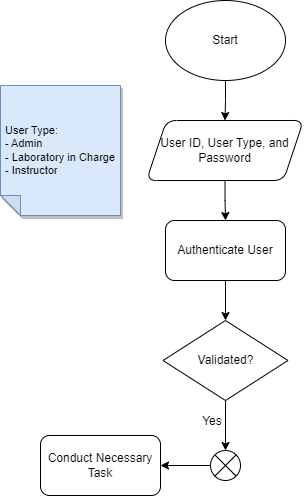
Earlier version of the draw.io export Heirarchy of Project Modules/LabSystem_Flowchart.drawio.png (kaisunoo/Acads). Source tidied: cells renumbered, new cells last; positions are measured from the earlier drawing's top-left corner, leaving out a move shared by most shapes.
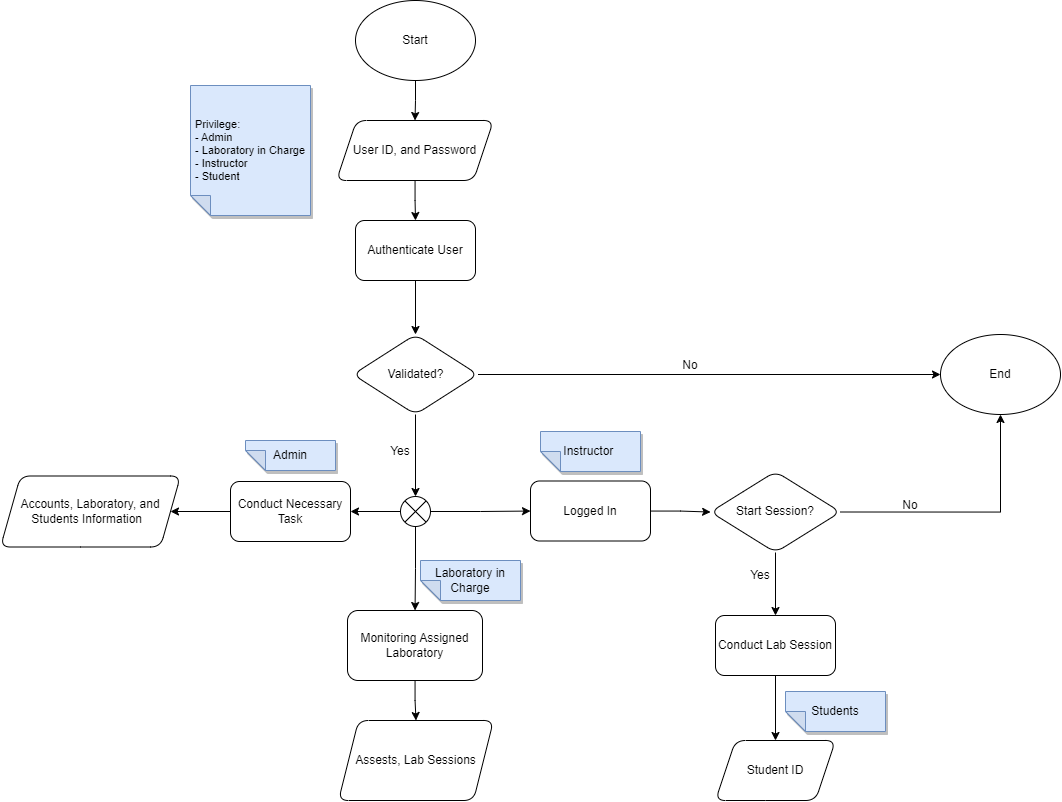
The same file after the commit.

Change to the diagram source:
```diff
@@ -11,7 +11,7 @@
     <mxCell id="4" style="edgeStyle=orthogonalEdgeStyle;rounded=0;jettySize=auto;html=1;" parent="1" edge="1" source="5" target="7">
       <mxGeometry relative="1" as="geometry" />
     </mxCell>
-    <mxCell id="5" value="User ID, User Type, and Password" style="shape=parallelogram;perimeter=parallelogramPerimeter;whiteSpace=wrap;html=1;fixedSize=1;rounded=1;" parent="1" vertex="1">
+    <mxCell id="5" value="User ID, and Password" style="shape=parallelogram;perimeter=parallelogramPerimeter;whiteSpace=wrap;html=1;fixedSize=1;rounded=1;" parent="1" vertex="1">
       <mxGeometry x="146" y="120" width="157" height="60" as="geometry" />
     </mxCell>
     <mxCell id="6" style="edgeStyle=orthogonalEdgeStyle;rounded=0;jettySize=auto;html=1;" parent="1" edge="1" source="7" target="9">
@@ -23,23 +23,95 @@
     <mxCell id="8" style="edgeStyle=orthogonalEdgeStyle;rounded=0;jettySize=auto;html=1;exitX=0.5;exitY=1;exitDx=0;exitDy=0;entryX=0.5;entryY=0;entryDx=0;entryDy=0;" parent="1" edge="1" source="9" target="12">
       <mxGeometry relative="1" as="geometry" />
     </mxCell>
+    <mxCell id="15" style="edgeStyle=orthogonalEdgeStyle;rounded=0;jettySize=auto;html=1;exitX=1;exitY=0.5;exitDx=0;exitDy=0;entryX=0;entryY=0.5;entryDx=0;entryDy=0;" parent="1" edge="1" source="9" target="31">
+      <mxGeometry relative="1" as="geometry" />
+    </mxCell>
-    <mxCell id="9" value="Validated?" style="rhombus;whiteSpace=wrap;html=1;" parent="1" vertex="1">
-      <mxGeometry x="162.5" y="320" width="125" height="80" as="geometry" />
+    <mxCell id="9" value="Validated?" style="rhombus;whiteSpace=wrap;html=1;rounded=1;" parent="1" vertex="1">
+      <mxGeometry x="162.5" y="334" width="125" height="80" as="geometry" />
     </mxCell>
     <mxCell id="10" value="Yes" style="text;strokeColor=none;align=center;fillColor=none;html=1;verticalAlign=middle;whiteSpace=wrap;rounded=0;" parent="1" vertex="1">
-      <mxGeometry x="182" y="406" width="60" height="30" as="geometry" />
+      <mxGeometry x="180" y="436" width="60" height="30" as="geometry" />
     </mxCell>
     <mxCell id="11" style="edgeStyle=orthogonalEdgeStyle;rounded=0;jettySize=auto;html=1;" parent="1" edge="1" source="12" target="13">
       <mxGeometry relative="1" as="geometry" />
     </mxCell>
+    <mxCell id="16" style="edgeStyle=orthogonalEdgeStyle;rounded=0;jettySize=auto;html=1;" parent="1" edge="1" source="12" target="21">
+      <mxGeometry relative="1" as="geometry" />
+    </mxCell>
+    <mxCell id="17" style="edgeStyle=orthogonalEdgeStyle;rounded=0;jettySize=auto;html=1;" parent="1" edge="1" source="12" target="24">
+      <mxGeometry relative="1" as="geometry" />
+    </mxCell>
     <mxCell id="12" style="shape=sumEllipse;perimeter=ellipsePerimeter;whiteSpace=wrap;html=1;backgroundOutline=1;" parent="1" vertex="1">
-      <mxGeometry x="210" y="450" width="30" height="30" as="geometry" />
+      <mxGeometry x="210" y="496" width="30" height="30" as="geometry" />
     </mxCell>
+    <mxCell id="18" style="edgeStyle=orthogonalEdgeStyle;rounded=0;jettySize=auto;html=1;exitX=0;exitY=0.5;exitDx=0;exitDy=0;entryX=1;entryY=0.5;entryDx=0;entryDy=0;" parent="1" edge="1" source="13" target="27">
+      <mxGeometry relative="1" as="geometry" />
+    </mxCell>
     <mxCell id="13" value="Conduct Necessary Task" style="whiteSpace=wrap;html=1;rounded=1;" parent="1" vertex="1">
-      <mxGeometry x="40" y="435" width="120" height="60" as="geometry" />
+      <mxGeometry x="40" y="481" width="120" height="60" as="geometry" />
     </mxCell>
-    <mxCell id="14" value="&lt;div style=&quot;text-align: left; font-size: 11px;&quot;&gt;&lt;span style=&quot;background-color: initial;&quot;&gt;&lt;font style=&quot;font-size: 11px;&quot;&gt;User Type:&amp;nbsp;&lt;/font&gt;&lt;/span&gt;&lt;/div&gt;&lt;div style=&quot;text-align: left; font-size: 11px;&quot;&gt;&lt;span style=&quot;background-color: initial;&quot;&gt;&lt;font style=&quot;font-size: 11px;&quot;&gt;- Admin&lt;/font&gt;&lt;/span&gt;&lt;/div&gt;&lt;div style=&quot;text-align: left; font-size: 11px;&quot;&gt;&lt;span style=&quot;background-color: initial;&quot;&gt;&lt;font style=&quot;font-size: 11px;&quot;&gt;- Laboratory in Charge&lt;/font&gt;&lt;/span&gt;&lt;/div&gt;&lt;div style=&quot;text-align: left; font-size: 11px;&quot;&gt;&lt;span style=&quot;background-color: initial;&quot;&gt;&lt;font style=&quot;font-size: 11px;&quot;&gt;- Instructor&amp;nbsp;&lt;/font&gt;&lt;/span&gt;&lt;/div&gt;" style="shape=note;whiteSpace=wrap;html=1;backgroundOutline=1;darkOpacity=0.05;fillColor=#dae8fc;strokeColor=#6c8ebf;fillStyle=solid;direction=west;gradientDirection=north;shadow=1;size=20;" parent="1" vertex="1">
+    <mxCell id="14" value="&lt;div style=&quot;text-align: left; font-size: 11px;&quot;&gt;&lt;span style=&quot;background-color: initial;&quot;&gt;&lt;font style=&quot;font-size: 11px;&quot;&gt;Privilege:&amp;nbsp;&lt;/font&gt;&lt;/span&gt;&lt;/div&gt;&lt;div style=&quot;text-align: left; font-size: 11px;&quot;&gt;&lt;span style=&quot;background-color: initial;&quot;&gt;&lt;font style=&quot;font-size: 11px;&quot;&gt;- Admin&lt;/font&gt;&lt;/span&gt;&lt;/div&gt;&lt;div style=&quot;text-align: left; font-size: 11px;&quot;&gt;&lt;span style=&quot;background-color: initial;&quot;&gt;&lt;font style=&quot;font-size: 11px;&quot;&gt;- Laboratory in Charge&lt;/font&gt;&lt;/span&gt;&lt;/div&gt;&lt;div style=&quot;text-align: left; font-size: 11px;&quot;&gt;&lt;span style=&quot;background-color: initial;&quot;&gt;&lt;font style=&quot;font-size: 11px;&quot;&gt;- Instructor&amp;nbsp;&lt;/font&gt;&lt;/span&gt;&lt;/div&gt;&lt;div style=&quot;text-align: left; font-size: 11px;&quot;&gt;&lt;span style=&quot;background-color: initial;&quot;&gt;&lt;font style=&quot;font-size: 11px;&quot;&gt;- Student&lt;/font&gt;&lt;/span&gt;&lt;/div&gt;" style="shape=note;whiteSpace=wrap;html=1;backgroundOutline=1;darkOpacity=0.05;fillColor=#dae8fc;strokeColor=#6c8ebf;fillStyle=solid;direction=west;gradientDirection=north;shadow=1;size=20;" parent="1" vertex="1">
       <mxGeometry y="85" width="120" height="130" as="geometry" />
     </mxCell>
+    <mxCell id="19" value="Admin" style="shape=note;whiteSpace=wrap;html=1;backgroundOutline=1;darkOpacity=0.05;fillColor=#dae8fc;strokeColor=#6c8ebf;fillStyle=solid;direction=west;gradientDirection=north;shadow=1;size=20;" parent="1" vertex="1">
+      <mxGeometry x="55" y="440" width="90" height="30" as="geometry" />
+    </mxCell>
+    <mxCell id="20" style="edgeStyle=orthogonalEdgeStyle;rounded=0;jettySize=auto;html=1;entryX=0.5;entryY=0;entryDx=0;entryDy=0;" parent="1" edge="1" source="21" target="26">
+      <mxGeometry relative="1" as="geometry" />
+    </mxCell>
+    <mxCell id="21" value="Monitoring Assigned Laboratory" style="whiteSpace=wrap;html=1;rounded=1;" parent="1" vertex="1">
+      <mxGeometry x="157" y="610" width="135" height="70" as="geometry" />
+    </mxCell>
+    <mxCell id="22" value="Laboratory in Charge" style="shape=note;whiteSpace=wrap;html=1;backgroundOutline=1;darkOpacity=0.05;fillColor=#dae8fc;strokeColor=#6c8ebf;fillStyle=solid;direction=west;gradientDirection=north;shadow=1;size=20;" parent="1" vertex="1">
+      <mxGeometry x="230" y="560" width="100" height="40" as="geometry" />
+    </mxCell>
+    <mxCell id="23" style="edgeStyle=orthogonalEdgeStyle;rounded=0;jettySize=auto;html=1;" parent="1" edge="1" source="24" target="30">
+      <mxGeometry relative="1" as="geometry" />
+    </mxCell>
+    <mxCell id="24" value="Logged In" style="whiteSpace=wrap;html=1;rounded=1;" parent="1" vertex="1">
+      <mxGeometry x="340" y="480.5" width="120" height="60" as="geometry" />
+    </mxCell>
+    <mxCell id="25" value="Instructor&amp;nbsp;" style="shape=note;whiteSpace=wrap;html=1;backgroundOutline=1;darkOpacity=0.05;fillColor=#dae8fc;strokeColor=#6c8ebf;fillStyle=solid;direction=west;gradientDirection=north;shadow=1;size=20;" parent="1" vertex="1">
+      <mxGeometry x="350" y="431" width="100" height="40" as="geometry" />
+    </mxCell>
+    <mxCell id="26" value="Assests, Lab Sessions" style="shape=parallelogram;perimeter=parallelogramPerimeter;whiteSpace=wrap;html=1;fixedSize=1;rounded=1;" parent="1" vertex="1">
+      <mxGeometry x="148" y="720" width="155" height="80" as="geometry" />
+    </mxCell>
+    <mxCell id="27" value="Accounts, Laboratory, and Students Information&amp;nbsp;&amp;nbsp;" style="shape=parallelogram;perimeter=parallelogramPerimeter;whiteSpace=wrap;html=1;fixedSize=1;rounded=1;" parent="1" vertex="1">
+      <mxGeometry x="-190" y="475.5" width="180" height="71" as="geometry" />
+    </mxCell>
+    <mxCell id="28" style="edgeStyle=orthogonalEdgeStyle;rounded=0;jettySize=auto;html=1;exitX=1;exitY=0.5;exitDx=0;exitDy=0;entryX=0.5;entryY=1;entryDx=0;entryDy=0;" parent="1" edge="1" source="30" target="31">
+      <mxGeometry relative="1" as="geometry" />
+    </mxCell>
+    <mxCell id="29" style="edgeStyle=orthogonalEdgeStyle;rounded=0;jettySize=auto;html=1;" parent="1" edge="1" source="30" target="34">
+      <mxGeometry relative="1" as="geometry" />
+    </mxCell>
+    <mxCell id="30" value="Start Session?" style="rhombus;whiteSpace=wrap;html=1;rounded=1;" parent="1" vertex="1">
+      <mxGeometry x="520" y="471" width="130" height="81" as="geometry" />
+    </mxCell>
+    <mxCell id="31" value="End" style="ellipse;whiteSpace=wrap;html=1;" parent="1" vertex="1">
+      <mxGeometry x="750" y="334" width="120" height="80" as="geometry" />
+    </mxCell>
+    <mxCell id="32" value="No" style="text;strokeColor=none;align=center;fillColor=none;html=1;verticalAlign=middle;whiteSpace=wrap;rounded=0;" parent="1" vertex="1">
+      <mxGeometry x="470" y="350" width="60" height="30" as="geometry" />
+    </mxCell>
+    <mxCell id="33" style="edgeStyle=orthogonalEdgeStyle;rounded=0;jettySize=auto;html=1;exitX=0.5;exitY=1;exitDx=0;exitDy=0;entryX=0.5;entryY=0;entryDx=0;entryDy=0;" parent="1" edge="1" source="34" target="35">
+      <mxGeometry relative="1" as="geometry" />
+    </mxCell>
+    <mxCell id="34" value="Conduct Lab Session" style="whiteSpace=wrap;html=1;rounded=1;" parent="1" vertex="1">
+      <mxGeometry x="525" y="615" width="120" height="60" as="geometry" />
+    </mxCell>
+    <mxCell id="35" value="Student ID" style="shape=parallelogram;perimeter=parallelogramPerimeter;whiteSpace=wrap;html=1;fixedSize=1;rounded=1;" parent="1" vertex="1">
+      <mxGeometry x="525" y="740" width="120" height="60" as="geometry" />
+    </mxCell>
+    <mxCell id="36" value="Students" style="shape=note;whiteSpace=wrap;html=1;backgroundOutline=1;darkOpacity=0.05;fillColor=#dae8fc;strokeColor=#6c8ebf;fillStyle=solid;direction=west;gradientDirection=north;shadow=1;size=20;" parent="1" vertex="1">
+      <mxGeometry x="595" y="691" width="100" height="40" as="geometry" />
+    </mxCell>
+    <mxCell id="37" value="Yes" style="text;strokeColor=none;align=center;fillColor=none;html=1;verticalAlign=middle;whiteSpace=wrap;rounded=0;" parent="1" vertex="1">
+      <mxGeometry x="540" y="560" width="60" height="30" as="geometry" />
+    </mxCell>
+    <mxCell id="38" value="No" style="text;strokeColor=none;align=center;fillColor=none;html=1;verticalAlign=middle;whiteSpace=wrap;rounded=0;" parent="1" vertex="1">
+      <mxGeometry x="690" y="490" width="60" height="30" as="geometry" />
+    </mxCell>
   </root>
 </mxGraphModel>
```
